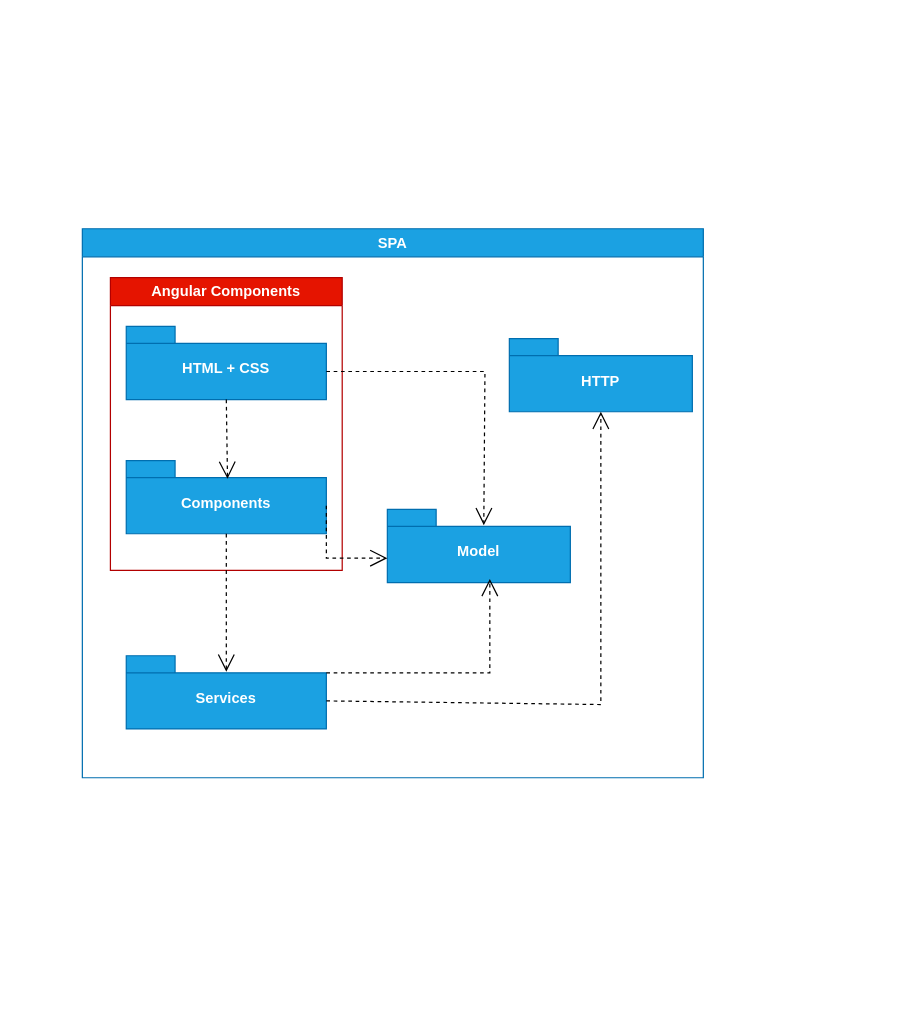
Earlier version of the draw.io diagram docs/L3/SPA/Implementation_View.drawio (Rodrick0209/ISEP-SEM5PI-24-25). Source tidied: cells renumbered, new cells numbered last; positions are measured from the earlier drawing's top-left corner, leaving out a move shared by most shapes. Both pictures are drawn from the tidied source at 122%, with x=0, y=0 at pixel (82, 228).
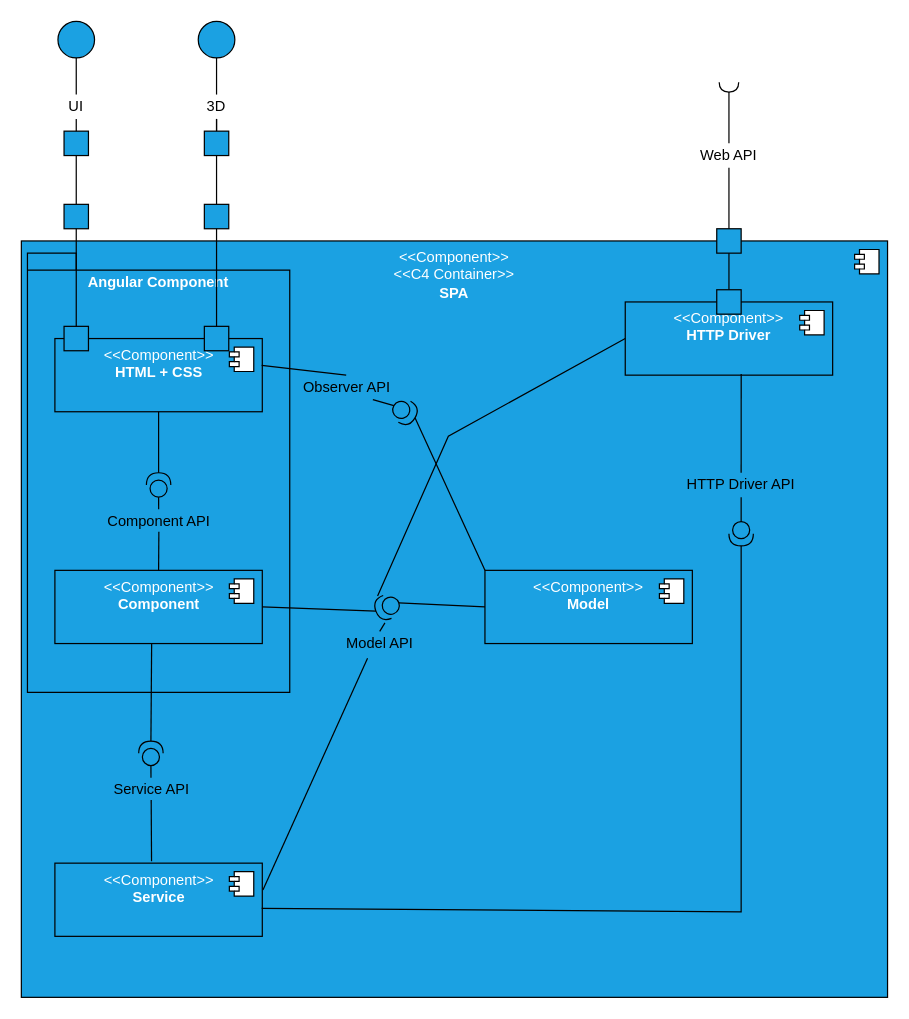
After the change.

Commit message (it also covers changes not shown here):
Implmentation view of SPA fixed #25

Diff of the diagram source:
```diff
@@
-    <mxCell id="2" value="SPA" style="swimlane;whiteSpace=wrap;html=1;fillColor=#1ba1e2;fontColor=#ffffff;strokeColor=#006EAF;" parent="1" vertex="1">
-      <mxGeometry width="509" height="450" as="geometry" />
-    </mxCell>
-    <mxCell id="3" value="Angular Components" style="swimlane;whiteSpace=wrap;html=1;fillColor=#e51400;fontColor=#ffffff;strokeColor=#B20000;" parent="2" vertex="1">
-      <mxGeometry x="23" y="40" width="190" height="240" as="geometry" />
-    </mxCell>
-    <mxCell id="4" value="Components" style="shape=folder;fontStyle=1;spacingTop=10;tabWidth=40;tabHeight=14;tabPosition=left;html=1;whiteSpace=wrap;fillColor=#1ba1e2;fontColor=#ffffff;strokeColor=#006EAF;" parent="3" vertex="1">
-      <mxGeometry x="13" y="150" width="164" height="60" as="geometry" />
-    </mxCell>
-    <mxCell id="5" value="HTML + CSS" style="shape=folder;fontStyle=1;spacingTop=10;tabWidth=40;tabHeight=14;tabPosition=left;html=1;whiteSpace=wrap;fillColor=#1ba1e2;fontColor=#ffffff;strokeColor=#006EAF;" parent="3" vertex="1">
-      <mxGeometry x="13" y="40" width="164" height="60" as="geometry" />
-    </mxCell>
-    <mxCell id="6" style="endArrow=open;endSize=12;dashed=1;html=1;rounded=0;exitX=0.5;exitY=1;exitDx=0;exitDy=0;exitPerimeter=0;entryX=0.506;entryY=0.25;entryDx=0;entryDy=0;entryPerimeter=0;" parent="3" edge="1" source="5" target="4">
-      <mxGeometry relative="1" as="geometry" />
-    </mxCell>
-    <mxCell id="7" value="Services" style="shape=folder;fontStyle=1;spacingTop=10;tabWidth=40;tabHeight=14;tabPosition=left;html=1;whiteSpace=wrap;fillColor=#1ba1e2;fontColor=#ffffff;strokeColor=#006EAF;" parent="2" vertex="1">
-      <mxGeometry x="36" y="350" width="164" height="60" as="geometry" />
-    </mxCell>
-    <mxCell id="8" style="endArrow=open;endSize=12;dashed=1;html=1;rounded=0;exitX=0.5;exitY=1;exitDx=0;exitDy=0;exitPerimeter=0;entryX=0.5;entryY=0.217;entryDx=0;entryDy=0;entryPerimeter=0;" parent="2" edge="1" source="4" target="7">
-      <mxGeometry relative="1" as="geometry" />
-    </mxCell>
-    <mxCell id="9" value="HTTP" style="shape=folder;fontStyle=1;spacingTop=10;tabWidth=40;tabHeight=14;tabPosition=left;html=1;whiteSpace=wrap;fillColor=#1ba1e2;fontColor=#ffffff;strokeColor=#006EAF;" parent="2" vertex="1">
-      <mxGeometry x="350" y="90" width="150" height="60" as="geometry" />
-    </mxCell>
-    <mxCell id="10" value="Model" style="shape=folder;fontStyle=1;spacingTop=10;tabWidth=40;tabHeight=14;tabPosition=left;html=1;whiteSpace=wrap;fillColor=#1ba1e2;fontColor=#ffffff;strokeColor=#006EAF;" parent="2" vertex="1">
-      <mxGeometry x="250" y="230" width="150" height="60" as="geometry" />
-    </mxCell>
-    <mxCell id="11" style="endArrow=open;endSize=12;dashed=1;html=1;rounded=0;exitX=0;exitY=0;exitDx=164;exitDy=37;exitPerimeter=0;" parent="2" edge="1" source="4">
-      <mxGeometry relative="1" as="geometry">
-        <mxPoint x="250" y="270" as="targetPoint" />
-        <Array as="points">
-          <mxPoint x="200" y="270" />
-        </Array>
-      </mxGeometry>
-    </mxCell>
-    <mxCell id="12" style="endArrow=open;endSize=12;dashed=1;html=1;rounded=0;entryX=0.56;entryY=0.95;entryDx=0;entryDy=0;entryPerimeter=0;exitX=0;exitY=0;exitDx=164;exitDy=14;exitPerimeter=0;" parent="2" edge="1" source="7" target="10">
-      <mxGeometry relative="1" as="geometry">
-        <Array as="points">
-          <mxPoint x="334" y="364" />
-        </Array>
-      </mxGeometry>
-    </mxCell>
-    <mxCell id="13" style="endArrow=open;endSize=12;dashed=1;html=1;rounded=0;entryX=0.5;entryY=1;entryDx=0;entryDy=0;entryPerimeter=0;exitX=0;exitY=0;exitDx=164;exitDy=37;exitPerimeter=0;" parent="2" edge="1" source="7" target="9">
-      <mxGeometry relative="1" as="geometry">
-        <Array as="points">
-          <mxPoint x="425" y="390" />
-        </Array>
-      </mxGeometry>
-    </mxCell>
-    <mxCell id="14" style="endArrow=open;endSize=12;dashed=1;html=1;rounded=0;exitX=0;exitY=0;exitDx=164;exitDy=37;exitPerimeter=0;entryX=0.527;entryY=0.217;entryDx=0;entryDy=0;entryPerimeter=0;" parent="2" edge="1" source="5" target="10">
-      <mxGeometry relative="1" as="geometry">
-        <Array as="points">
-          <mxPoint x="330" y="117" />
-        </Array>
-      </mxGeometry>
-    </mxCell>
+    <mxCell id="15" value="&amp;lt;&amp;lt;Component&amp;gt;&amp;gt;&lt;div&gt;&amp;lt;&amp;lt;C4 Container&lt;span style=&quot;background-color: initial;&quot;&gt;&amp;gt;&amp;gt;&lt;/span&gt;&lt;/div&gt;&lt;div style=&quot;padding-right: 0px;&quot;&gt;&lt;b&gt;SPA&lt;/b&gt;&lt;/div&gt;" style="html=1;whiteSpace=wrap;horizontal=1;verticalAlign=top;fillColor=#1ba1e2;fontColor=#ffffff;strokeColor=default;" parent="1" vertex="1">
+      <mxGeometry x="-50" y="10" width="710" height="620" as="geometry" />
+    </mxCell>
+    <mxCell id="16" style="shape=module;jettyWidth=8;jettyHeight=4;" parent="15" vertex="1">
+      <mxGeometry x="1" width="20" height="20" relative="1" as="geometry">
+        <mxPoint x="-27" y="7" as="offset" />
+      </mxGeometry>
+    </mxCell>
+    <mxCell id="17" style="whiteSpace=wrap;html=1;fillColor=#1ba1e2;fontColor=#ffffff;strokeColor=default;" parent="1" vertex="1">
+      <mxGeometry x="-15" y="-80" width="20" height="20" as="geometry" />
+    </mxCell>
+    <mxCell id="18" style="whiteSpace=wrap;html=1;fillColor=#1ba1e2;fontColor=#ffffff;strokeColor=default;" parent="1" vertex="1">
+      <mxGeometry x="-15" y="-20" width="20" height="20" as="geometry" />
+    </mxCell>
+    <mxCell id="19" style="whiteSpace=wrap;html=1;fillColor=#1ba1e2;fontColor=#ffffff;strokeColor=default;" parent="1" vertex="1">
+      <mxGeometry x="100" y="-20" width="20" height="20" as="geometry" />
+    </mxCell>
+    <mxCell id="20" style="endArrow=none;html=1;rounded=0;entryX=0.5;entryY=1;entryDx=0;entryDy=0;exitX=0.5;exitY=0;exitDx=0;exitDy=0;" parent="1" edge="1" source="18" target="17">
+      <mxGeometry relative="1" as="geometry" />
+    </mxCell>
+    <mxCell id="21" style="endArrow=none;html=1;rounded=0;exitX=0.5;exitY=0;exitDx=0;exitDy=0;entryX=0.5;entryY=1;entryDx=0;entryDy=0;" parent="1" edge="1" source="24" target="22">
+      <mxGeometry relative="1" as="geometry" />
+    </mxCell>
+    <mxCell id="22" style="ellipse;whiteSpace=wrap;html=1;fillColor=#1ba1e2;fontColor=#ffffff;strokeColor=default;" parent="1" vertex="1">
+      <mxGeometry x="-20" y="-170" width="30" height="30" as="geometry" />
+    </mxCell>
+    <mxCell id="23" style="endArrow=none;html=1;rounded=0;exitX=0.5;exitY=0;exitDx=0;exitDy=0;" parent="1" edge="1" source="17" target="24">
+      <mxGeometry relative="1" as="geometry" />
+    </mxCell>
+    <mxCell id="24" value="UI" style="text;html=1;align=center;verticalAlign=middle;whiteSpace=wrap;rounded=0;" parent="1" vertex="1">
+      <mxGeometry x="-15" y="-110" width="20" height="20" as="geometry" />
+    </mxCell>
+    <mxCell id="25" style="endArrow=none;html=1;rounded=0;entryX=0.5;entryY=1;entryDx=0;entryDy=0;exitX=0.5;exitY=0;exitDx=0;exitDy=0;" parent="1" edge="1" source="31" target="26">
+      <mxGeometry relative="1" as="geometry" />
+    </mxCell>
+    <mxCell id="26" style="ellipse;whiteSpace=wrap;html=1;fillColor=#1ba1e2;fontColor=#ffffff;strokeColor=default;" parent="1" vertex="1">
+      <mxGeometry x="95" y="-170" width="30" height="30" as="geometry" />
+    </mxCell>
+    <mxCell id="27" style="endArrow=none;html=1;rounded=0;exitX=0.5;exitY=0;exitDx=0;exitDy=0;" parent="1" edge="1" source="29" target="31">
+      <mxGeometry relative="1" as="geometry" />
+    </mxCell>
+    <mxCell id="28" style="endArrow=none;html=1;rounded=0;entryX=0.5;entryY=1;entryDx=0;entryDy=0;exitX=0.5;exitY=0;exitDx=0;exitDy=0;" parent="1" edge="1" source="19" target="29">
+      <mxGeometry relative="1" as="geometry" />
+    </mxCell>
+    <mxCell id="29" style="whiteSpace=wrap;html=1;fillColor=#1ba1e2;fontColor=#ffffff;strokeColor=default;" parent="1" vertex="1">
+      <mxGeometry x="100" y="-80" width="20" height="20" as="geometry" />
+    </mxCell>
+    <mxCell id="30" style="endArrow=none;html=1;rounded=0;entryX=0.5;entryY=1;entryDx=0;entryDy=0;exitX=0.5;exitY=0;exitDx=0;exitDy=0;" parent="1" edge="1" source="29" target="31">
+      <mxGeometry relative="1" as="geometry" />
+    </mxCell>
+    <mxCell id="31" value="3D" style="text;html=1;align=center;verticalAlign=middle;whiteSpace=wrap;rounded=0;" parent="1" vertex="1">
+      <mxGeometry x="100" y="-110" width="20" height="20" as="geometry" />
+    </mxCell>
+    <mxCell id="32" value="Angular Component" style="shape=folder;fontStyle=1;spacingTop=10;tabWidth=40;tabHeight=14;tabPosition=left;html=1;whiteSpace=wrap;verticalAlign=top;fillColor=none;fontColor=#ffffff;strokeColor=default;" parent="1" vertex="1">
+      <mxGeometry x="-45" y="20" width="215" height="360" as="geometry" />
+    </mxCell>
+    <mxCell id="33" value="&amp;lt;&amp;lt;Component&amp;gt;&amp;gt;&lt;div style=&quot;padding-right: 0px;&quot;&gt;&lt;b&gt;HTML + CSS&lt;/b&gt;&lt;/div&gt;" style="html=1;whiteSpace=wrap;horizontal=1;verticalAlign=top;fillColor=#1ba1e2;fontColor=#ffffff;strokeColor=default;" parent="1" vertex="1">
+      <mxGeometry x="-22.5" y="90" width="170" height="60" as="geometry" />
+    </mxCell>
+    <mxCell id="34" style="shape=module;jettyWidth=8;jettyHeight=4;" parent="33" vertex="1">
+      <mxGeometry x="1" width="20" height="20" relative="1" as="geometry">
+        <mxPoint x="-27" y="7" as="offset" />
+      </mxGeometry>
+    </mxCell>
+    <mxCell id="35" style="whiteSpace=wrap;html=1;fillColor=#1ba1e2;fontColor=#ffffff;strokeColor=default;" parent="1" vertex="1">
+      <mxGeometry x="-15" y="80" width="20" height="20" as="geometry" />
+    </mxCell>
+    <mxCell id="36" style="whiteSpace=wrap;html=1;fillColor=#1ba1e2;fontColor=#ffffff;strokeColor=default;" parent="1" vertex="1">
+      <mxGeometry x="100" y="80" width="20" height="20" as="geometry" />
+    </mxCell>
+    <mxCell id="37" style="endArrow=none;html=1;rounded=0;entryX=0.5;entryY=1;entryDx=0;entryDy=0;exitX=0.5;exitY=0;exitDx=0;exitDy=0;" parent="1" edge="1" source="35" target="18">
+      <mxGeometry relative="1" as="geometry" />
+    </mxCell>
+    <mxCell id="38" style="endArrow=none;html=1;rounded=0;entryX=0.5;entryY=1;entryDx=0;entryDy=0;exitX=0.5;exitY=0;exitDx=0;exitDy=0;" parent="1" edge="1" source="36" target="19">
+      <mxGeometry relative="1" as="geometry" />
+    </mxCell>
+    <mxCell id="39" value="&amp;lt;&amp;lt;Component&amp;gt;&amp;gt;&lt;div style=&quot;padding-right: 0px;&quot;&gt;&lt;b&gt;Component&lt;/b&gt;&lt;/div&gt;" style="html=1;whiteSpace=wrap;horizontal=1;verticalAlign=top;fillColor=#1ba1e2;fontColor=#ffffff;strokeColor=default;" parent="1" vertex="1">
+      <mxGeometry x="-22.5" y="280" width="170" height="60" as="geometry" />
+    </mxCell>
+    <mxCell id="40" style="shape=module;jettyWidth=8;jettyHeight=4;" parent="39" vertex="1">
+      <mxGeometry x="1" width="20" height="20" relative="1" as="geometry">
+        <mxPoint x="-27" y="7" as="offset" />
+      </mxGeometry>
+    </mxCell>
+    <mxCell id="41" style="shape=providedRequiredInterface;html=1;verticalLabelPosition=bottom;sketch=0;rotation=-90;fillColor=#1ba1e2;fontColor=#ffffff;strokeColor=default;" parent="1" vertex="1">
+      <mxGeometry x="52.5" y="200" width="20" height="20" as="geometry" />
+    </mxCell>
+    <mxCell id="42" style="endArrow=none;html=1;rounded=0;entryX=0.5;entryY=1;entryDx=0;entryDy=0;exitX=1;exitY=0.5;exitDx=0;exitDy=0;exitPerimeter=0;" parent="1" edge="1" source="41" target="33">
+      <mxGeometry relative="1" as="geometry" />
+    </mxCell>
+    <mxCell id="43" style="endArrow=none;html=1;rounded=0;entryX=0;entryY=0.5;entryDx=0;entryDy=0;exitX=0.5;exitY=0;exitDx=0;exitDy=0;entryPerimeter=0;" parent="1" edge="1" source="45" target="41">
+      <mxGeometry relative="1" as="geometry" />
+    </mxCell>
+    <mxCell id="44" style="endArrow=none;html=1;rounded=0;entryX=0.502;entryY=0.916;entryDx=0;entryDy=0;exitX=0.5;exitY=0;exitDx=0;exitDy=0;entryPerimeter=0;" parent="1" edge="1" source="39" target="45">
+      <mxGeometry relative="1" as="geometry" />
+    </mxCell>
+    <mxCell id="45" value="Component API" style="text;html=1;align=center;verticalAlign=middle;whiteSpace=wrap;rounded=0;" parent="1" vertex="1">
+      <mxGeometry x="18.8" y="230" width="87.5" height="20" as="geometry" />
+    </mxCell>
+    <mxCell id="46" value="&amp;lt;&amp;lt;Component&amp;gt;&amp;gt;&lt;div&gt;&lt;b&gt;Service&lt;/b&gt;&lt;/div&gt;" style="html=1;whiteSpace=wrap;horizontal=1;verticalAlign=top;fillColor=#1ba1e2;fontColor=#ffffff;strokeColor=default;" parent="1" vertex="1">
+      <mxGeometry x="-22.5" y="520" width="170" height="60" as="geometry" />
+    </mxCell>
+    <mxCell id="47" style="shape=module;jettyWidth=8;jettyHeight=4;" parent="46" vertex="1">
+      <mxGeometry x="1" width="20" height="20" relative="1" as="geometry">
+        <mxPoint x="-27" y="7" as="offset" />
+      </mxGeometry>
+    </mxCell>
+    <mxCell id="48" style="shape=providedRequiredInterface;html=1;verticalLabelPosition=bottom;sketch=0;rotation=-90;fillColor=#1ba1e2;fontColor=#ffffff;strokeColor=default;" parent="1" vertex="1">
+      <mxGeometry x="46.2" y="420" width="20" height="20" as="geometry" />
+    </mxCell>
+    <mxCell id="49" style="endArrow=none;html=1;rounded=0;entryX=0.5;entryY=1;entryDx=0;entryDy=0;exitX=1;exitY=0.5;exitDx=0;exitDy=0;exitPerimeter=0;" parent="1" edge="1" source="48">
+      <mxGeometry relative="1" as="geometry">
+        <mxPoint x="56.8" y="340" as="targetPoint" />
+      </mxGeometry>
+    </mxCell>
+    <mxCell id="50" style="endArrow=none;html=1;rounded=0;entryX=0;entryY=0.5;entryDx=0;entryDy=0;exitX=0.5;exitY=0;exitDx=0;exitDy=0;entryPerimeter=0;" parent="1" edge="1" source="52" target="48">
+      <mxGeometry relative="1" as="geometry" />
+    </mxCell>
+    <mxCell id="51" style="endArrow=none;html=1;rounded=0;entryX=0.502;entryY=0.916;entryDx=0;entryDy=0;entryPerimeter=0;exitX=0.466;exitY=-0.026;exitDx=0;exitDy=0;exitPerimeter=0;" parent="1" edge="1" source="46" target="52">
+      <mxGeometry relative="1" as="geometry" />
+    </mxCell>
+    <mxCell id="52" value="Service API" style="text;html=1;align=center;verticalAlign=middle;whiteSpace=wrap;rounded=0;" parent="1" vertex="1">
+      <mxGeometry x="12.5" y="450" width="87.5" height="20" as="geometry" />
+    </mxCell>
+    <mxCell id="53" value="&amp;lt;&amp;lt;Component&amp;gt;&amp;gt;&lt;div&gt;&lt;b&gt;Model&lt;/b&gt;&lt;/div&gt;" style="html=1;whiteSpace=wrap;horizontal=1;verticalAlign=top;fillColor=#1ba1e2;fontColor=#ffffff;strokeColor=default;" parent="1" vertex="1">
+      <mxGeometry x="330" y="280" width="170" height="60" as="geometry" />
+    </mxCell>
+    <mxCell id="54" style="shape=module;jettyWidth=8;jettyHeight=4;" parent="53" vertex="1">
+      <mxGeometry x="1" width="20" height="20" relative="1" as="geometry">
+        <mxPoint x="-27" y="7" as="offset" />
+      </mxGeometry>
+    </mxCell>
+    <mxCell id="55" style="shape=providedRequiredInterface;html=1;verticalLabelPosition=bottom;sketch=0;rotation=-200;fillColor=#1ba1e2;fontColor=#ffffff;strokeColor=default;" parent="1" vertex="1">
+      <mxGeometry x="240" y="300" width="20" height="20" as="geometry" />
+    </mxCell>
+    <mxCell id="56" style="endArrow=none;html=1;rounded=0;entryX=1;entryY=0.5;entryDx=0;entryDy=0;exitX=1;exitY=0.5;exitDx=0;exitDy=0;exitPerimeter=0;" parent="1" edge="1" source="55" target="39">
+      <mxGeometry relative="1" as="geometry" />
+    </mxCell>
+    <mxCell id="57" style="endArrow=none;html=1;rounded=0;entryX=0;entryY=0.5;entryDx=0;entryDy=0;exitX=0;exitY=0.5;exitDx=0;exitDy=0;entryPerimeter=0;" parent="1" edge="1" source="53" target="55">
+      <mxGeometry relative="1" as="geometry" />
+    </mxCell>
+    <mxCell id="58" value="Model API" style="text;html=1;align=center;verticalAlign=middle;whiteSpace=wrap;rounded=0;" parent="1" vertex="1">
+      <mxGeometry x="200" y="330" width="87.5" height="20" as="geometry" />
+    </mxCell>
+    <mxCell id="59" style="endArrow=none;html=1;rounded=0;entryX=0.816;entryY=-0.077;entryDx=0;entryDy=0;exitX=0.5;exitY=0;exitDx=0;exitDy=0;entryPerimeter=0;" parent="1" edge="1" source="58" target="55">
+      <mxGeometry relative="1" as="geometry" />
+    </mxCell>
+    <mxCell id="60" style="endArrow=none;html=1;rounded=0;entryX=1.003;entryY=0.367;entryDx=0;entryDy=0;exitX=0.386;exitY=1.1;exitDx=0;exitDy=0;entryPerimeter=0;exitPerimeter=0;" parent="1" edge="1" source="58" target="46">
+      <mxGeometry relative="1" as="geometry" />
+    </mxCell>
+    <mxCell id="61" value="&amp;lt;&amp;lt;Component&amp;gt;&amp;gt;&lt;div&gt;&lt;b&gt;HTTP Driver&lt;/b&gt;&lt;/div&gt;" style="html=1;whiteSpace=wrap;horizontal=1;verticalAlign=top;fillColor=#1ba1e2;fontColor=#ffffff;strokeColor=default;" parent="1" vertex="1">
+      <mxGeometry x="445" y="60" width="170" height="60" as="geometry" />
+    </mxCell>
+    <mxCell id="62" style="shape=module;jettyWidth=8;jettyHeight=4;" parent="61" vertex="1">
+      <mxGeometry x="1" width="20" height="20" relative="1" as="geometry">
+        <mxPoint x="-27" y="7" as="offset" />
+      </mxGeometry>
+    </mxCell>
+    <mxCell id="63" style="endArrow=none;html=1;rounded=0;entryX=0;entryY=0.5;entryDx=0;entryDy=0;exitX=0.722;exitY=1.06;exitDx=0;exitDy=0;exitPerimeter=0;" parent="1" edge="1" source="55" target="61">
+      <mxGeometry relative="1" as="geometry">
+        <Array as="points">
+          <mxPoint x="300" y="170" />
+        </Array>
+      </mxGeometry>
+    </mxCell>
+    <mxCell id="64" style="shape=providedRequiredInterface;html=1;verticalLabelPosition=bottom;sketch=0;rotation=30;fillColor=#1ba1e2;fontColor=#ffffff;strokeColor=default;" parent="1" vertex="1">
+      <mxGeometry x="254" y="140" width="20" height="20" as="geometry" />
+    </mxCell>
+    <mxCell id="65" value="Observer API" style="text;html=1;align=center;verticalAlign=middle;whiteSpace=wrap;rounded=0;" parent="1" vertex="1">
+      <mxGeometry x="172.5" y="120" width="87.5" height="20" as="geometry" />
+    </mxCell>
+    <mxCell id="66" style="endArrow=none;html=1;rounded=0;entryX=0;entryY=0;entryDx=0;entryDy=0;exitX=1;exitY=0.5;exitDx=0;exitDy=0;exitPerimeter=0;" parent="1" edge="1" source="64" target="53">
+      <mxGeometry relative="1" as="geometry" />
+    </mxCell>
+    <mxCell id="67" style="endArrow=none;html=1;rounded=0;entryX=0.5;entryY=0;entryDx=0;entryDy=0;exitX=0.997;exitY=0.367;exitDx=0;exitDy=0;exitPerimeter=0;" parent="1" edge="1" source="33" target="65">
+      <mxGeometry relative="1" as="geometry" />
+    </mxCell>
+    <mxCell id="68" style="endArrow=none;html=1;rounded=0;entryX=0;entryY=0.5;entryDx=0;entryDy=0;exitX=0.75;exitY=1;exitDx=0;exitDy=0;entryPerimeter=0;" parent="1" edge="1" source="65" target="64">
+      <mxGeometry relative="1" as="geometry" />
+    </mxCell>
+    <mxCell id="69" style="endArrow=none;html=1;rounded=0;entryX=0.997;entryY=0.617;entryDx=0;entryDy=0;exitX=1;exitY=0.5;exitDx=0;exitDy=0;exitPerimeter=0;entryPerimeter=0;" parent="1" edge="1" source="71" target="46">
+      <mxGeometry relative="1" as="geometry">
+        <Array as="points">
+          <mxPoint x="540" y="560" />
+        </Array>
+      </mxGeometry>
+    </mxCell>
+    <mxCell id="70" style="endArrow=none;html=1;rounded=0;entryX=0;entryY=0.5;entryDx=0;entryDy=0;exitX=0.5;exitY=1;exitDx=0;exitDy=0;entryPerimeter=0;" parent="1" edge="1" source="73" target="71">
+      <mxGeometry relative="1" as="geometry" />
+    </mxCell>
+    <mxCell id="71" style="shape=providedRequiredInterface;html=1;verticalLabelPosition=bottom;sketch=0;rotation=90;fillColor=#1ba1e2;fontColor=#ffffff;strokeColor=default;" parent="1" vertex="1">
+      <mxGeometry x="530" y="240" width="20" height="20" as="geometry" />
+    </mxCell>
+    <mxCell id="72" style="endArrow=none;html=1;rounded=0;entryX=0.5;entryY=0;entryDx=0;entryDy=0;exitX=0.559;exitY=0.983;exitDx=0;exitDy=0;exitPerimeter=0;" parent="1" edge="1" source="61" target="73">
+      <mxGeometry relative="1" as="geometry" />
+    </mxCell>
+    <mxCell id="73" value="HTTP Driver API" style="text;html=1;align=center;verticalAlign=middle;whiteSpace=wrap;rounded=0;" parent="1" vertex="1">
+      <mxGeometry x="493.1" y="200" width="93.8" height="20" as="geometry" />
+    </mxCell>
+    <mxCell id="74" style="rounded=0;jettySize=auto;html=1;endArrow=halfCircle;endFill=0;endSize=6;strokeWidth=1;sketch=0;fontSize=12;curved=1;exitX=0.5;exitY=0;exitDx=0;exitDy=0;" parent="1" edge="1" source="77">
+      <mxGeometry relative="1" as="geometry">
+        <mxPoint x="530" y="-120" as="targetPoint" />
+      </mxGeometry>
+    </mxCell>
+    <mxCell id="75" style="ellipse;whiteSpace=wrap;html=1;align=center;fillColor=none;strokeColor=none;perimeter=centerPerimeter;" parent="1" vertex="1">
+      <mxGeometry x="500" y="30" width="10" height="10" as="geometry" />
+    </mxCell>
+    <mxCell id="76" style="whiteSpace=wrap;html=1;fillColor=#1ba1e2;fontColor=#ffffff;strokeColor=default;" parent="1" vertex="1">
+      <mxGeometry x="520" width="20" height="20" as="geometry" />
+    </mxCell>
+    <mxCell id="77" value="Web API" style="text;html=1;align=center;verticalAlign=middle;whiteSpace=wrap;rounded=0;" parent="1" vertex="1">
+      <mxGeometry x="495" y="-70" width="70" height="20" as="geometry" />
+    </mxCell>
+    <mxCell id="78" style="endArrow=none;html=1;rounded=0;exitX=0.5;exitY=0;exitDx=0;exitDy=0;" parent="1" edge="1" source="81">
+      <mxGeometry relative="1" as="geometry">
+        <mxPoint x="530" y="20" as="targetPoint" />
+      </mxGeometry>
+    </mxCell>
+    <mxCell id="79" style="endArrow=none;html=1;rounded=0;entryX=0.5;entryY=1;entryDx=0;entryDy=0;exitX=0.5;exitY=0;exitDx=0;exitDy=0;" parent="1" edge="1" source="76" target="77">
+      <mxGeometry relative="1" as="geometry" />
+    </mxCell>
+    <mxCell id="80" style="endArrow=none;html=1;rounded=0;exitX=0.5;exitY=0;exitDx=0;exitDy=0;" parent="1" edge="1" source="61" target="81">
+      <mxGeometry relative="1" as="geometry" />
+    </mxCell>
+    <mxCell id="81" style="whiteSpace=wrap;html=1;fillColor=#1ba1e2;fontColor=#ffffff;strokeColor=default;" parent="1" vertex="1">
+      <mxGeometry x="520" y="50" width="20" height="20" as="geometry" />
+    </mxCell>
```
